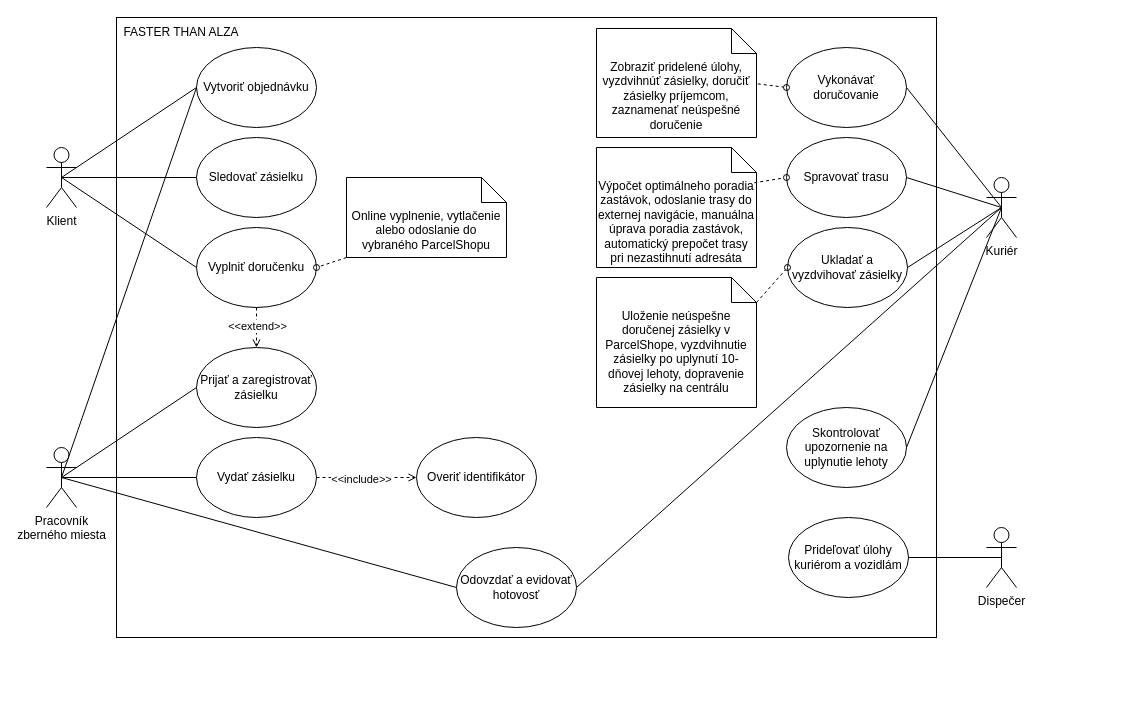
This is UML/use_case_delivery_app.drawio from Mart1n66/school, a draw.io file, before an edit. Source tidied: cells renumbered, new cells numbered last; positions are measured from the earlier drawing's top-left corner, leaving out a move shared by most shapes. Both pictures are drawn from the tidied source at 100%, with x=0, y=0 at pixel (46, 17).
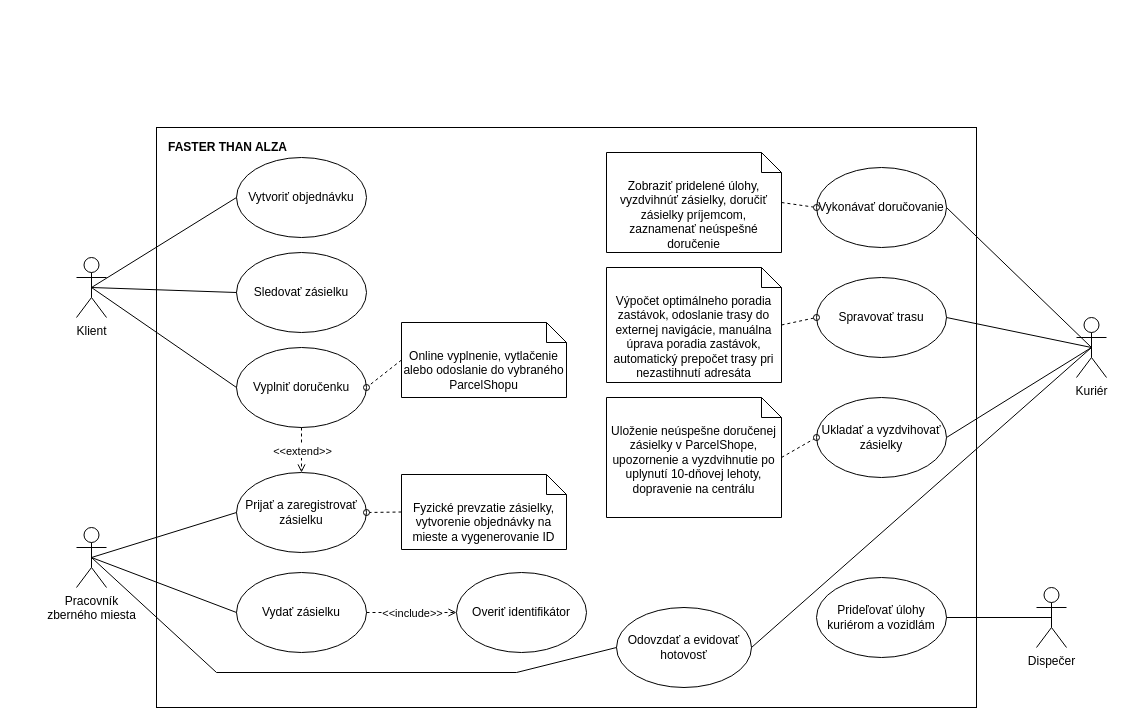
Above is the later version.

What changed in the source:
```diff
@@
+    <mxCell id="4" style="rounded=0;whiteSpace=wrap;html=1;" parent="1" vertex="1">
+      <mxGeometry x="110" y="110" width="820" height="580" as="geometry" />
+    </mxCell>
     <mxCell id="2" value="Klient" style="shape=umlActor;verticalLabelPosition=bottom;verticalAlign=top;html=1;outlineConnect=0;labelPerimeter=1;" parent="1" vertex="1">
-      <mxGeometry y="130" width="30" height="60" as="geometry" />
+      <mxGeometry x="30" y="240" width="30" height="60" as="geometry" />
     </mxCell>
     <mxCell id="3" value="Pracovník&lt;br&gt;zberného miesta" style="shape=umlActor;verticalLabelPosition=bottom;verticalAlign=top;html=1;outlineConnect=0;labelPerimeter=1;" parent="1" vertex="1">
-      <mxGeometry y="430" width="30" height="60" as="geometry" />
+      <mxGeometry x="30" y="510" width="30" height="60" as="geometry" />
     </mxCell>
-    <mxCell id="4" style="rounded=0;whiteSpace=wrap;html=1;" parent="1" vertex="1">
-      <mxGeometry x="70" width="820" height="620" as="geometry" />
-    </mxCell>
     <mxCell id="5" value="Kuriér" style="shape=umlActor;verticalLabelPosition=bottom;verticalAlign=top;html=1;outlineConnect=0;labelPerimeter=1;" parent="1" vertex="1">
-      <mxGeometry x="940" y="160" width="30" height="60" as="geometry" />
+      <mxGeometry x="1030" y="300" width="30" height="60" as="geometry" />
     </mxCell>
     <mxCell id="6" value="Dispečer" style="shape=umlActor;verticalLabelPosition=bottom;verticalAlign=top;html=1;outlineConnect=0;labelPerimeter=1;" parent="1" vertex="1">
-      <mxGeometry x="940" y="510" width="30" height="60" as="geometry" />
+      <mxGeometry x="990" y="570" width="30" height="60" as="geometry" />
     </mxCell>
-    <mxCell id="7" value="FASTER THAN ALZA" style="text;html=1;whiteSpace=wrap;strokeColor=none;fillColor=none;align=center;verticalAlign=middle;rounded=0;" parent="1" vertex="1">
-      <mxGeometry x="70" width="130" height="30" as="geometry" />
+    <mxCell id="7" value="FASTER THAN ALZA" style="text;html=1;whiteSpace=wrap;strokeColor=none;fillColor=none;align=left;verticalAlign=middle;rounded=0;fontStyle=1;" parent="1" vertex="1">
+      <mxGeometry x="120" y="115" width="150" height="30" as="geometry" />
     </mxCell>
     <mxCell id="8" value="Vytvoriť objednávku" style="ellipse;whiteSpace=wrap;html=1;shapeInside=1;" parent="1" vertex="1">
-      <mxGeometry x="150" y="30" width="120" height="80" as="geometry" />
+      <mxGeometry x="190" y="140" width="130" height="80" as="geometry" />
     </mxCell>
+    <mxCell id="10" value="Sledovať zásielku" style="ellipse;whiteSpace=wrap;html=1;shapeInside=1;" parent="1" vertex="1">
+      <mxGeometry x="190" y="235" width="130" height="80" as="geometry" />
+    </mxCell>
     <mxCell id="9" value="Vyplniť doručenku" style="ellipse;whiteSpace=wrap;html=1;shapeInside=1;" parent="1" vertex="1">
-      <mxGeometry x="150" y="210" width="120" height="80" as="geometry" />
+      <mxGeometry x="190" y="330" width="130" height="80" as="geometry" />
     </mxCell>
-    <mxCell id="10" value="Sledovať zásielku" style="ellipse;whiteSpace=wrap;html=1;shapeInside=1;" parent="1" vertex="1">
-      <mxGeometry x="150" y="120" width="120" height="80" as="geometry" />
-    </mxCell>
+    <mxCell id="15" value="Prijať a zaregistrovať zásielku" style="ellipse;whiteSpace=wrap;html=1;shapeInside=1;" parent="1" vertex="1">
+      <mxGeometry x="190" y="455" width="130" height="80" as="geometry" />
+    </mxCell>
+    <mxCell id="14" value="Vydať zásielku" style="ellipse;whiteSpace=wrap;html=1;shapeInside=1;" parent="1" vertex="1">
+      <mxGeometry x="190" y="555" width="130" height="80" as="geometry" />
+    </mxCell>
+    <mxCell id="37" value="Overiť identifikátor" style="ellipse;whiteSpace=wrap;html=1;shapeInside=1;" parent="1" vertex="1">
+      <mxGeometry x="410" y="555" width="130" height="80" as="geometry" />
+    </mxCell>
+    <mxCell id="22" value="Odovzdať a evidovať hotovosť" style="ellipse;whiteSpace=wrap;html=1;shapeInside=1;" parent="1" vertex="1">
+      <mxGeometry x="570" y="590" width="135" height="80" as="geometry" />
+    </mxCell>
+    <mxCell id="19" value="Vykonávať doručovanie" style="ellipse;whiteSpace=wrap;html=1;shapeInside=1;" parent="1" vertex="1">
+      <mxGeometry x="770" y="150" width="130" height="80" as="geometry" />
+    </mxCell>
+    <mxCell id="20" value="Spravovať trasu" style="ellipse;whiteSpace=wrap;html=1;shapeInside=1;" parent="1" vertex="1">
+      <mxGeometry x="770" y="260" width="130" height="80" as="geometry" />
+    </mxCell>
+    <mxCell id="21" value="Ukladať a vyzdvihovať zásielky" style="ellipse;whiteSpace=wrap;html=1;shapeInside=1;" parent="1" vertex="1">
+      <mxGeometry x="770" y="380" width="130" height="80" as="geometry" />
+    </mxCell>
+    <mxCell id="23" value="Prideľovať úlohy kuriérom a vozidlám" style="ellipse;whiteSpace=wrap;html=1;shapeInside=1;" parent="1" vertex="1">
+      <mxGeometry x="770" y="560" width="130" height="80" as="geometry" />
+    </mxCell>
+    <mxCell id="43" value="Online vyplnenie, vytlačenie alebo odoslanie do vybraného ParcelShopu" style="shape=note2;boundedLbl=1;whiteSpace=wrap;html=1;size=20;verticalAlign=top;align=center;" parent="1" vertex="1">
+      <mxGeometry x="355" y="305" width="165" height="75" as="geometry" />
+    </mxCell>
+    <mxCell id="45" value="Fyzické prevzatie zásielky, vytvorenie objednávky na mieste a vygenerovanie ID" style="shape=note2;boundedLbl=1;whiteSpace=wrap;html=1;size=20;verticalAlign=top;align=center;" parent="1" vertex="1">
+      <mxGeometry x="355" y="457" width="165" height="75" as="geometry" />
+    </mxCell>
+    <mxCell id="31" value="Zobraziť pridelené úlohy, vyzdvihnúť zásielky, doručiť zásielky príjemcom, zaznamenať neúspešné doručenie" style="shape=note2;boundedLbl=1;whiteSpace=wrap;html=1;size=20;verticalAlign=top;align=center;" parent="1" vertex="1">
+      <mxGeometry x="560" y="135" width="175" height="100" as="geometry" />
+    </mxCell>
+    <mxCell id="29" value="Výpočet optimálneho poradia zastávok, odoslanie trasy do externej navigácie, manuálna úprava poradia zastávok, automatický prepočet trasy pri nezastihnutí adresáta" style="shape=note2;boundedLbl=1;whiteSpace=wrap;html=1;size=20;verticalAlign=top;align=center;" parent="1" vertex="1">
+      <mxGeometry x="560" y="250" width="175" height="115" as="geometry" />
+    </mxCell>
+    <mxCell id="35" value="Uloženie neúspešne doručenej zásielky v ParcelShope, upozornenie a vyzdvihnutie po uplynutí 10-dňovej lehoty, dopravenie na centrálu" style="shape=note2;boundedLbl=1;whiteSpace=wrap;html=1;size=20;verticalAlign=top;align=center;" parent="1" vertex="1">
+      <mxGeometry x="560" y="380" width="175" height="120" as="geometry" />
+    </mxCell>
-    <mxCell id="11" style="endArrow=none;html=1;rounded=0;defaultLabelBackgroundColor=page;exitX=0.5;exitY=0.5;exitDx=0;exitDy=0;exitPerimeter=0;entryX=0;entryY=0.5;entryDx=0;entryDy=0;" parent="1" edge="1" source="2" target="8">
+    <mxCell id="11" style="endArrow=none;html=1;rounded=0;exitX=0.5;exitY=0.5;exitPerimeter=0;entryX=0;entryY=0.5;" parent="1" edge="1" source="2" target="8">
       <mxGeometry relative="1" as="geometry" />
     </mxCell>
+    <mxCell id="13" style="endArrow=none;html=1;rounded=0;exitX=0.5;exitY=0.5;exitPerimeter=0;entryX=0;entryY=0.5;" parent="1" edge="1" source="2" target="10">
+      <mxGeometry relative="1" as="geometry" />
+    </mxCell>
-    <mxCell id="12" style="endArrow=none;html=1;rounded=0;defaultLabelBackgroundColor=page;exitX=0.5;exitY=0.5;exitDx=0;exitDy=0;exitPerimeter=0;entryX=0;entryY=0.5;entryDx=0;entryDy=0;" parent="1" edge="1" source="2" target="9">
+    <mxCell id="12" style="endArrow=none;html=1;rounded=0;exitX=0.5;exitY=0.5;exitPerimeter=0;entryX=0;entryY=0.5;" parent="1" edge="1" source="2" target="9">
       <mxGeometry relative="1" as="geometry" />
     </mxCell>
-    <mxCell id="13" style="endArrow=none;html=1;rounded=0;defaultLabelBackgroundColor=page;exitX=0.5;exitY=0.5;exitDx=0;exitDy=0;exitPerimeter=0;entryX=0;entryY=0.5;entryDx=0;entryDy=0;" parent="1" edge="1" source="2" target="10">
-      <mxGeometry relative="1" as="geometry" />
-    </mxCell>
-    <mxCell id="14" value="Vydať zásielku" style="ellipse;whiteSpace=wrap;html=1;shapeInside=1;" parent="1" vertex="1">
-      <mxGeometry x="150" y="420" width="120" height="80" as="geometry" />
-    </mxCell>
-    <mxCell id="15" value="Prijať a zaregistrovať zásielku" style="ellipse;whiteSpace=wrap;html=1;shapeInside=1;" parent="1" vertex="1">
-      <mxGeometry x="150" y="330" width="120" height="80" as="geometry" />
-    </mxCell>
-    <mxCell id="16" style="endArrow=none;html=1;rounded=0;defaultLabelBackgroundColor=page;entryX=0;entryY=0.5;entryDx=0;entryDy=0;exitX=0.5;exitY=0.5;exitDx=0;exitDy=0;exitPerimeter=0;" parent="1" edge="1" source="3" target="15">
+    <mxCell id="16" style="endArrow=none;html=1;rounded=0;exitX=0.5;exitY=0.5;exitPerimeter=0;entryX=0;entryY=0.5;" parent="1" edge="1" source="3" target="15">
       <mxGeometry relative="1" as="geometry" />
     </mxCell>
-    <mxCell id="17" style="endArrow=none;html=1;rounded=0;defaultLabelBackgroundColor=page;entryX=0;entryY=0.5;entryDx=0;entryDy=0;exitX=0.5;exitY=0.5;exitDx=0;exitDy=0;exitPerimeter=0;" parent="1" edge="1" source="3" target="14">
+    <mxCell id="17" style="endArrow=none;html=1;rounded=0;exitX=0.5;exitY=0.5;exitPerimeter=0;entryX=0;entryY=0.5;" parent="1" edge="1" source="3" target="14">
       <mxGeometry relative="1" as="geometry" />
     </mxCell>
-    <mxCell id="18" style="endArrow=none;html=1;rounded=0;defaultLabelBackgroundColor=page;entryX=0;entryY=0.5;entryDx=0;entryDy=0;exitX=0.5;exitY=0.5;exitDx=0;exitDy=0;exitPerimeter=0;" parent="1" edge="1" source="3" target="22">
-      <mxGeometry relative="1" as="geometry" />
+    <mxCell id="18" style="endArrow=none;html=1;rounded=0;exitX=0.5;exitY=0.5;exitPerimeter=0;entryX=0;entryY=0.5;" parent="1" edge="1" source="3" target="22">
+      <mxGeometry relative="1" as="geometry">
+        <Array as="points">
+          <mxPoint x="170" y="655" />
+          <mxPoint x="470" y="655" />
+        </Array>
+      </mxGeometry>
     </mxCell>
-    <mxCell id="19" value="Vykonávať doručovanie" style="ellipse;whiteSpace=wrap;html=1;shapeInside=1;" parent="1" vertex="1">
-      <mxGeometry x="740" y="30" width="120" height="80" as="geometry" />
-    </mxCell>
-    <mxCell id="20" value="Spravovať trasu" style="ellipse;whiteSpace=wrap;html=1;shapeInside=1;" parent="1" vertex="1">
-      <mxGeometry x="740" y="120" width="120" height="80" as="geometry" />
-    </mxCell>
-    <mxCell id="21" value="Ukladať a vyzdvihovať zásielky" style="ellipse;whiteSpace=wrap;html=1;shapeInside=1;" parent="1" vertex="1">
-      <mxGeometry x="741" y="210" width="120" height="80" as="geometry" />
-    </mxCell>
-    <mxCell id="22" value="Odovzdať a evidovať hotovosť" style="ellipse;whiteSpace=wrap;html=1;shapeInside=1;" parent="1" vertex="1">
-      <mxGeometry x="410" y="530" width="120" height="80" as="geometry" />
-    </mxCell>
-    <mxCell id="23" value="Prideľovať úlohy kuriérom a vozidlám" style="ellipse;whiteSpace=wrap;html=1;shapeInside=1;" parent="1" vertex="1">
-      <mxGeometry x="742" y="500" width="120" height="80" as="geometry" />
-    </mxCell>
-    <mxCell id="24" style="endArrow=none;html=1;rounded=0;defaultLabelBackgroundColor=page;exitX=0.5;exitY=0.5;exitDx=0;exitDy=0;exitPerimeter=0;entryX=1;entryY=0.5;entryDx=0;entryDy=0;" parent="1" edge="1" source="6" target="23">
-      <mxGeometry relative="1" as="geometry" />
-    </mxCell>
-    <mxCell id="25" style="endArrow=none;html=1;rounded=0;defaultLabelBackgroundColor=page;exitX=0.5;exitY=0.5;exitDx=0;exitDy=0;exitPerimeter=0;entryX=1;entryY=0.5;entryDx=0;entryDy=0;" parent="1" edge="1" source="5" target="19">
+    <mxCell id="25" style="endArrow=none;html=1;rounded=0;exitX=0.5;exitY=0.5;exitPerimeter=0;entryX=1;entryY=0.5;" parent="1" edge="1" source="5" target="19">
       <mxGeometry relative="1" as="geometry" />
     </mxCell>
-    <mxCell id="26" style="endArrow=none;html=1;rounded=0;defaultLabelBackgroundColor=page;exitX=0.5;exitY=0.5;exitDx=0;exitDy=0;exitPerimeter=0;entryX=1;entryY=0.5;entryDx=0;entryDy=0;" parent="1" edge="1" source="5" target="20">
+    <mxCell id="26" style="endArrow=none;html=1;rounded=0;exitX=0.5;exitY=0.5;exitPerimeter=0;entryX=1;entryY=0.5;" parent="1" edge="1" source="5" target="20">
       <mxGeometry relative="1" as="geometry" />
     </mxCell>
-    <mxCell id="27" style="endArrow=none;html=1;rounded=0;defaultLabelBackgroundColor=page;entryX=1;entryY=0.5;entryDx=0;entryDy=0;exitX=0.5;exitY=0.5;exitDx=0;exitDy=0;exitPerimeter=0;" parent="1" edge="1" source="5" target="21">
+    <mxCell id="27" style="endArrow=none;html=1;rounded=0;exitX=0.5;exitY=0.5;exitPerimeter=0;entryX=1;entryY=0.5;" parent="1" edge="1" source="5" target="21">
       <mxGeometry relative="1" as="geometry" />
     </mxCell>
-    <mxCell id="28" style="endArrow=none;html=1;rounded=0;defaultLabelBackgroundColor=page;entryX=1;entryY=0.5;entryDx=0;entryDy=0;exitX=0.5;exitY=0.5;exitDx=0;exitDy=0;exitPerimeter=0;" parent="1" edge="1" source="5" target="22">
+    <mxCell id="28" style="endArrow=none;html=1;rounded=0;exitX=0.5;exitY=0.5;exitPerimeter=0;entryX=1;entryY=0.5;" parent="1" edge="1" source="5" target="22">
       <mxGeometry relative="1" as="geometry" />
     </mxCell>
-    <mxCell id="29" value="&lt;div&gt;Výpočet optimálneho poradia zastávok, odoslanie trasy do externej navigácie, manuálna úprava poradia zastávok, automatický prepočet trasy pri nezastihnutí adresáta&lt;/div&gt;" style="shape=note2;boundedLbl=1;whiteSpace=wrap;html=1;size=25;verticalAlign=top;align=center;" parent="1" vertex="1">
-      <mxGeometry x="550" y="130" width="160" height="120" as="geometry" />
-    </mxCell>
-    <mxCell id="30" style="endArrow=oval;dashed=1;html=1;rounded=0;defaultLabelBackgroundColor=page;entryX=0;entryY=0.5;entryDx=0;entryDy=0;exitX=0.986;exitY=0.294;exitDx=0;exitDy=0;endFill=0;exitPerimeter=0;" parent="1" edge="1" source="29" target="20">
-      <mxGeometry relative="1" as="geometry" />
-    </mxCell>
-    <mxCell id="31" value="Zobraziť pridelené úlohy, vyzdvihnúť zásielky, doručiť zásielky príjemcom, zaznamenať neúspešné doručenie" style="shape=note2;boundedLbl=1;whiteSpace=wrap;html=1;size=25;verticalAlign=top;align=center;" parent="1" vertex="1">
-      <mxGeometry x="550" y="11" width="160" height="109" as="geometry" />
-    </mxCell>
-    <mxCell id="32" style="endArrow=oval;dashed=1;html=1;rounded=0;defaultLabelBackgroundColor=page;entryX=0;entryY=0.5;entryDx=0;entryDy=0;exitX=1.008;exitY=0.508;exitDx=0;exitDy=0;endFill=0;exitPerimeter=0;" parent="1" edge="1" source="31" target="19">
-      <mxGeometry relative="1" as="geometry" />
-    </mxCell>
-    <mxCell id="33" value="Skontrolovať upozornenie na uplynutie lehoty" style="ellipse;whiteSpace=wrap;html=1;shapeInside=1;" parent="1" vertex="1">
-      <mxGeometry x="740" y="390" width="120" height="80" as="geometry" />
-    </mxCell>
-    <mxCell id="34" style="endArrow=none;html=1;rounded=0;defaultLabelBackgroundColor=page;exitX=0.5;exitY=0.5;exitDx=0;exitDy=0;exitPerimeter=0;entryX=1;entryY=0.5;entryDx=0;entryDy=0;" parent="1" edge="1" source="5" target="33">
-      <mxGeometry relative="1" as="geometry" />
-    </mxCell>
-    <mxCell id="35" value="Uloženie neúspešne doručenej zásielky v ParcelShope, vyzdvihnutie zásielky po uplynutí 10-dňovej lehoty, dopravenie zásielky na centrálu" style="shape=note2;boundedLbl=1;whiteSpace=wrap;html=1;size=25;verticalAlign=top;align=center;" parent="1" vertex="1">
-      <mxGeometry x="550" y="260" width="160" height="130" as="geometry" />
-    </mxCell>
-    <mxCell id="36" style="endArrow=oval;dashed=1;html=1;rounded=0;defaultLabelBackgroundColor=page;entryX=0;entryY=0.5;entryDx=0;entryDy=0;exitX=1;exitY=0;exitDx=0;exitDy=25;endFill=0;exitPerimeter=0;" parent="1" edge="1" source="35" target="21">
-      <mxGeometry relative="1" as="geometry" />
-    </mxCell>
-    <mxCell id="37" value="Overiť identifikátor" style="ellipse;whiteSpace=wrap;html=1;shapeInside=1;" parent="1" vertex="1">
-      <mxGeometry x="370" y="420" width="120" height="80" as="geometry" />
-    </mxCell>
+    <mxCell id="24" style="endArrow=none;html=1;rounded=0;exitX=0.5;exitY=0.5;exitPerimeter=0;entryX=1;entryY=0.5;" parent="1" edge="1" source="6" target="23">
+      <mxGeometry relative="1" as="geometry" />
+    </mxCell>
-    <mxCell id="38" style="endArrow=open;dashed=1;html=1;rounded=0;defaultLabelBackgroundColor=page;exitX=1;exitY=0.5;exitDx=0;exitDy=0;entryX=0;entryY=0.5;entryDx=0;entryDy=0;endFill=0;" parent="1" edge="1" source="14" target="37">
+    <mxCell id="38" style="endArrow=open;dashed=1;html=1;rounded=0;exitX=1;exitY=0.5;entryX=0;entryY=0.5;endFill=0;" parent="1" edge="1" source="14" target="37">
       <mxGeometry relative="1" as="geometry" />
     </mxCell>
     <mxCell id="39" value="&amp;lt;&amp;lt;include&amp;gt;&amp;gt;" style="edgeLabel;html=1;align=center;verticalAlign=middle;inheritText=1;defaultLabelBackgroundColor=page;" parent="38" vertex="1">
-      <mxGeometry x="-0.12" y="-1" relative="1" as="geometry" />
+      <mxGeometry relative="1" as="geometry" />
     </mxCell>
-    <mxCell id="40" style="endArrow=open;dashed=1;html=1;rounded=0;defaultLabelBackgroundColor=page;exitX=0.5;exitY=1;exitDx=0;exitDy=0;entryX=0.5;entryY=0;entryDx=0;entryDy=0;endFill=0;" parent="1" edge="1" source="9" target="15">
+    <mxCell id="40" style="endArrow=open;dashed=1;html=1;rounded=0;exitX=0.5;exitY=1;entryX=0.5;entryY=0;endFill=0;" parent="1" edge="1" source="9" target="15">
       <mxGeometry relative="1" as="geometry" />
     </mxCell>
     <mxCell id="41" value="&amp;lt;&amp;lt;extend&amp;gt;&amp;gt;" style="edgeLabel;html=1;align=center;verticalAlign=middle;inheritText=1;defaultLabelBackgroundColor=page;" parent="40" vertex="1">
-      <mxGeometry x="-0.09" relative="1" as="geometry" />
+      <mxGeometry relative="1" as="geometry" />
     </mxCell>
-    <mxCell id="42" style="endArrow=none;html=1;rounded=0;defaultLabelBackgroundColor=page;entryX=0;entryY=0.5;entryDx=0;entryDy=0;exitX=0.5;exitY=0.5;exitDx=0;exitDy=0;exitPerimeter=0;" parent="1" edge="1" source="3" target="8">
-      <mxGeometry relative="1" as="geometry" />
-    </mxCell>
-    <mxCell id="43" value="Online vyplnenie, vytlačenie alebo odoslanie do vybraného ParcelShopu" style="shape=note2;boundedLbl=1;whiteSpace=wrap;html=1;size=25;verticalAlign=top;align=center;" parent="1" vertex="1">
-      <mxGeometry x="300" y="160" width="160" height="80" as="geometry" />
-    </mxCell>
-    <mxCell id="44" style="endArrow=oval;dashed=1;html=1;rounded=0;defaultLabelBackgroundColor=page;entryX=1;entryY=0.5;entryDx=0;entryDy=0;exitX=0;exitY=1;exitDx=0;exitDy=0;endFill=0;exitPerimeter=0;" parent="1" edge="1" source="43" target="9">
+    <mxCell id="44" style="endArrow=oval;dashed=1;html=1;rounded=0;entryX=1;entryY=0.5;exitX=0;exitY=0.5;endFill=0;" parent="1" edge="1" source="43" target="9">
       <mxGeometry relative="1" as="geometry" />
     </mxCell>
+    <mxCell id="46" style="endArrow=oval;dashed=1;html=1;rounded=0;entryX=1;entryY=0.5;exitX=0;exitY=0.5;endFill=0;" parent="1" edge="1" source="45" target="15">
+      <mxGeometry relative="1" as="geometry" />
+    </mxCell>
+    <mxCell id="32" style="endArrow=oval;dashed=1;html=1;rounded=0;entryX=0;entryY=0.5;exitX=1;exitY=0.5;endFill=0;" parent="1" edge="1" source="31" target="19">
+      <mxGeometry relative="1" as="geometry" />
+    </mxCell>
+    <mxCell id="30" style="endArrow=oval;dashed=1;html=1;rounded=0;entryX=0;entryY=0.5;exitX=1;exitY=0.5;endFill=0;" parent="1" edge="1" source="29" target="20">
+      <mxGeometry relative="1" as="geometry" />
+    </mxCell>
+    <mxCell id="36" style="endArrow=oval;dashed=1;html=1;rounded=0;entryX=0;entryY=0.5;exitX=1;exitY=0.5;endFill=0;" parent="1" edge="1" source="35" target="21">
+      <mxGeometry relative="1" as="geometry" />
+    </mxCell>
```
